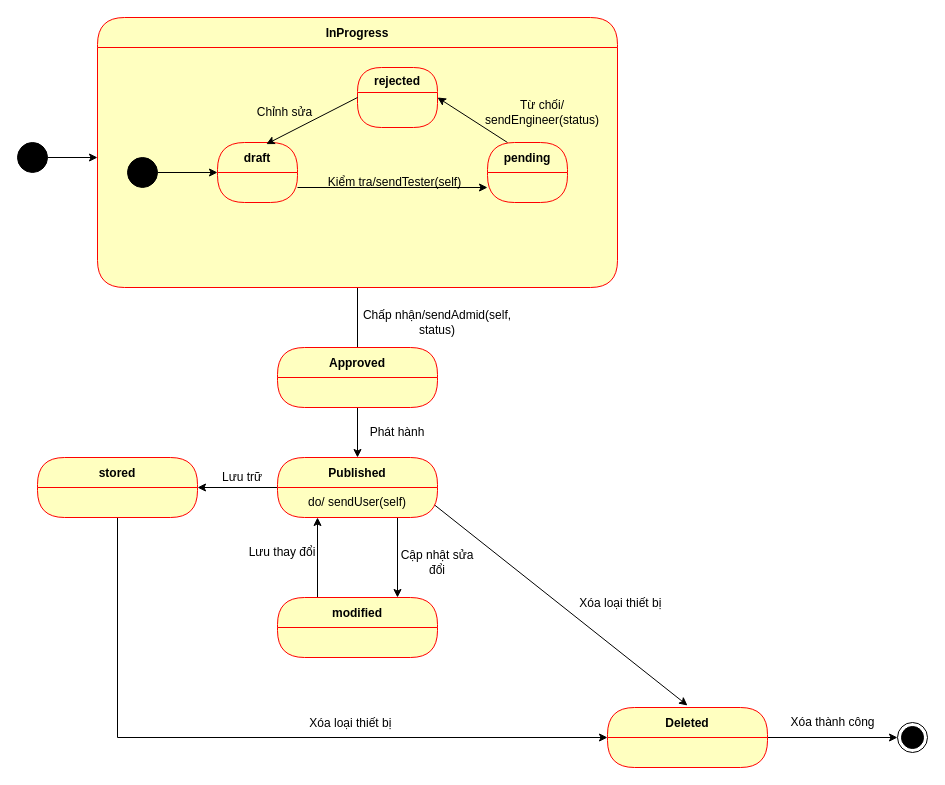
The draw.io diagram State machine diagram/type_device_state_machine_diagram.drawio in cuongceg/BTL-IT3120, before the edit. Source tidied: cells renumbered, new cells numbered last; positions are measured from the earlier drawing's top-left corner, leaving out a move shared by most shapes. Both pictures are drawn from the tidied source at 100%, with x=0, y=0 at pixel (17, 17).
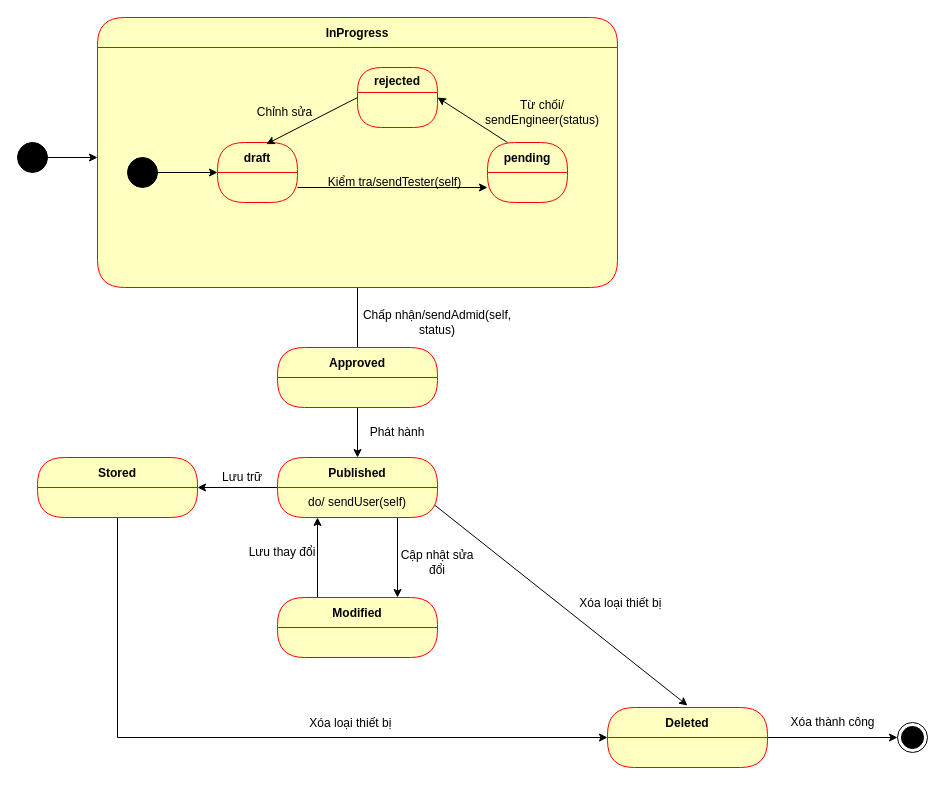
The same diagram, later.

Commit message:
refator: changed name state

The edit, as a diff of the source:
```diff
@@
-    <mxCell id="11" value="stored" style="swimlane;fontStyle=1;align=center;verticalAlign=middle;horizontal=1;startSize=30;fontColor=#000000;rounded=1;arcSize=30;strokeColor=#ff0000;fillColor=#ffffc0;swimlaneFillColor=#ffffc0;" parent="1" vertex="1">
+    <mxCell id="11" value="Stored" style="swimlane;fontStyle=1;align=center;verticalAlign=middle;horizontal=1;startSize=30;fontColor=#000000;rounded=1;arcSize=30;strokeColor=#ff0000;fillColor=#ffffc0;swimlaneFillColor=#ffffc0;" parent="1" vertex="1">
       <mxGeometry x="20" y="440" width="160" height="60" as="geometry" />
     </mxCell>
@@
-    <mxCell id="13" value="modified" style="swimlane;fontStyle=1;align=center;verticalAlign=middle;horizontal=1;startSize=30;fontColor=#000000;rounded=1;arcSize=30;strokeColor=#ff0000;fillColor=#ffffc0;swimlaneFillColor=#ffffc0;" parent="1" vertex="1">
+    <mxCell id="13" value="Modified" style="swimlane;fontStyle=1;align=center;verticalAlign=middle;horizontal=1;startSize=30;fontColor=#000000;rounded=1;arcSize=30;strokeColor=#ff0000;fillColor=#ffffc0;swimlaneFillColor=#ffffc0;" parent="1" vertex="1">
       <mxGeometry x="260" y="580" width="160" height="60" as="geometry" />
     </mxCell>
```
